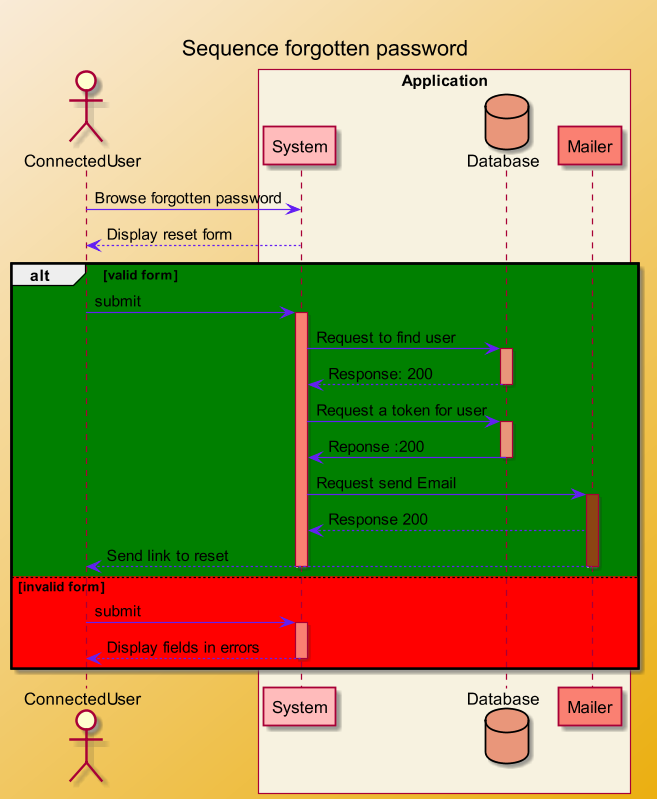
ronan-develop/snowtricks keeps this PlantUML diagram as out/diagrams/sequence-forgotten/sequence-forgotten.png. Above is the earlier version. The source it was exported from:
```plantuml
@startuml
skinparam backgroundcolor AntiqueWhite/#EBAF10
scale 650 width

skinparam class {
    BackgroundColor #F2621F
    ArrowColor #631FF2
    BorderColor #DB2790
}

header ""

TITLE "Sequence forgotten password"

actor ConnectedUser

box "Application" #F7F2E0

participant System #FFBBBB
database Database #DarkSalmon
participant Mailer #Salmon

ConnectedUser -> System: Browse forgotten password
System --> ConnectedUser: Display reset form

alt #green valid form
ConnectedUser -> System: submit
activate System #Salmon
System -> Database: Request to find user
activate Database #DarkSalmon
Database --> System: Response: 200
deactivate Database
System -> Database: Request a token for user
activate Database #DarkSalmon
Database -> System : Reponse :200
deactivate Database
System -> Mailer: Request send Email
activate Mailer #SaddleBrown
Mailer --> System: Response 200
Mailer --> ConnectedUser: Send link to reset
deactivate Mailer
deactivate System

else #red invalid form
ConnectedUser -> System: submit
activate System #Salmon
System --> ConnectedUser : Display fields in errors
deactivate System

end
@enduml
```
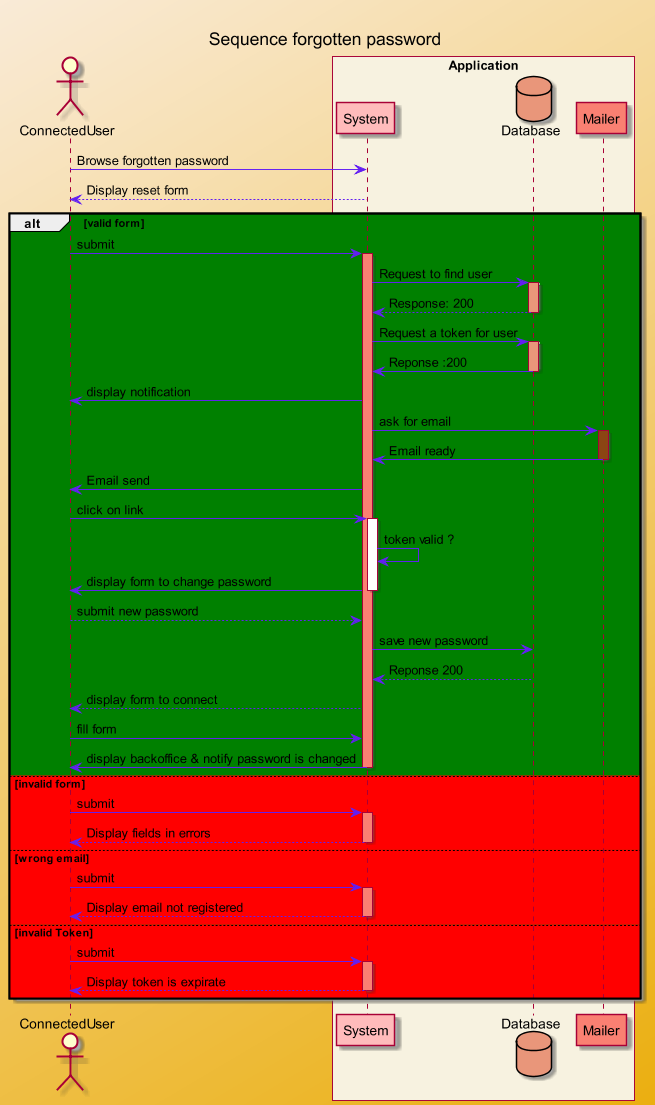
The same diagram one commit later.

Commit message:
Diagrams: update sequence forgotten

Change to the diagram source:
```diff
@@ -1,4 +1,5 @@
 @startuml
+TITLE "Sequence forgotten password"@startuml
 skinparam backgroundcolor AntiqueWhite/#EBAF10
 scale 650 width
 
@@ -34,11 +35,23 @@
 activate Database #DarkSalmon
 Database -> System : Reponse :200
 deactivate Database
-System -> Mailer: Request send Email
+System -> ConnectedUser: display notification
+System -> Mailer: ask for email
 activate Mailer #SaddleBrown
-Mailer --> System: Response 200
-Mailer --> ConnectedUser: Send link to reset
+Mailer -> System: Email ready
 deactivate Mailer
+System -> ConnectedUser: Email send
+ConnectedUser -> System: click on link
+activate System
+System -> System: token valid ?
+System -> ConnectedUser: display form to change password
+deactivate System
+ConnectedUser --> System: submit new password
+System ->Database: save new password
+Database --> System: Reponse 200
+System --> ConnectedUser: display form to connect
+ConnectedUser -> System: fill form
+System -> ConnectedUser: display backoffice & notify password is changed
 deactivate System
 
 else #red invalid form
@@ -46,6 +59,16 @@
 activate System #Salmon
 System --> ConnectedUser : Display fields in errors
 deactivate System
+else #red wrong email
+ConnectedUser -> System: submit
+activate System #Salmon
+System --> ConnectedUser : Display email not registered
+deactivate System
+else #red invalid Token
+ConnectedUser -> System: submit
+activate System #Salmon
+System --> ConnectedUser : Display token is expirate
+deactivate System
 
 end
 @enduml
```
